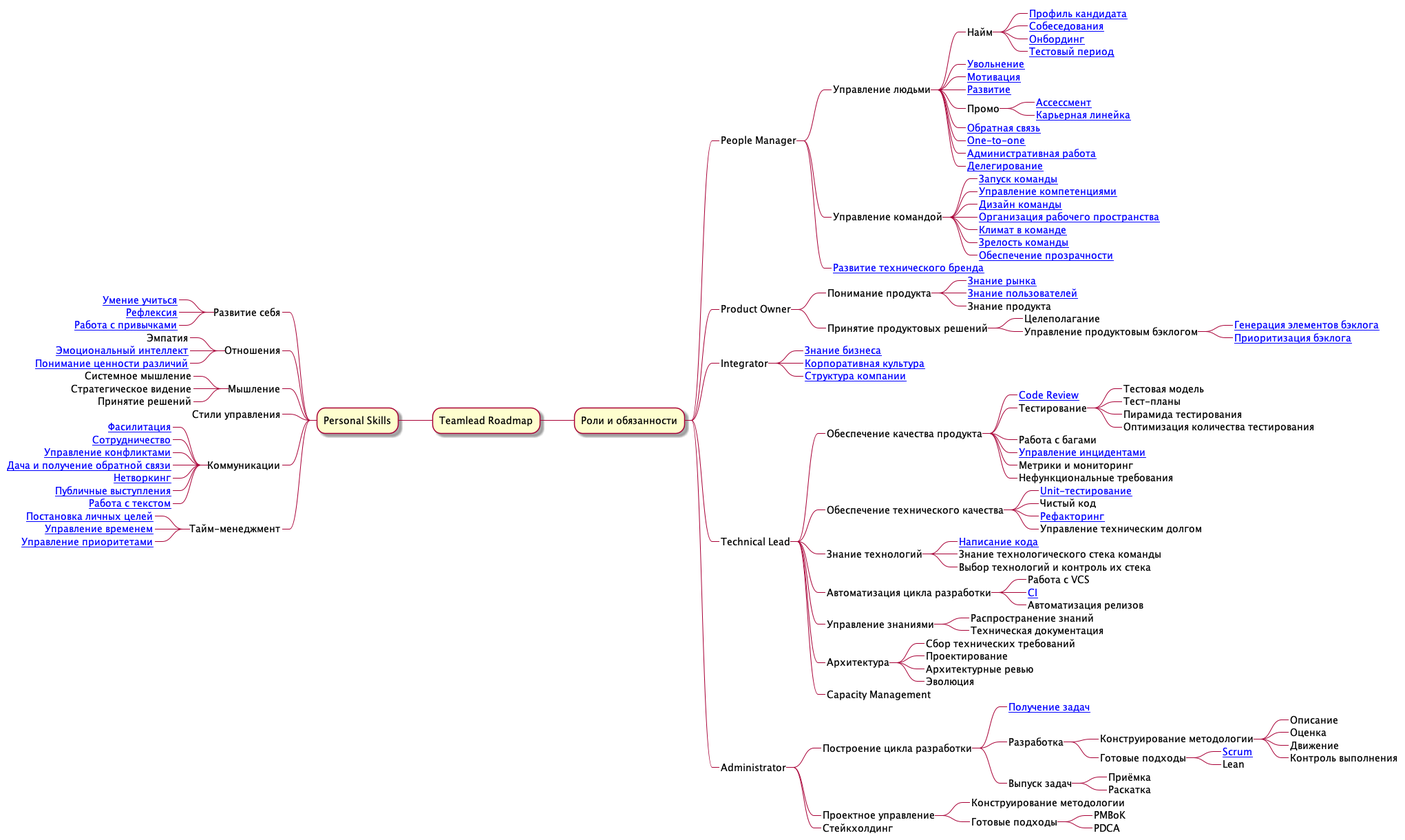
Earlier version of the PlantUML export roadmap.png (tlbootcamp/tlroadmap).
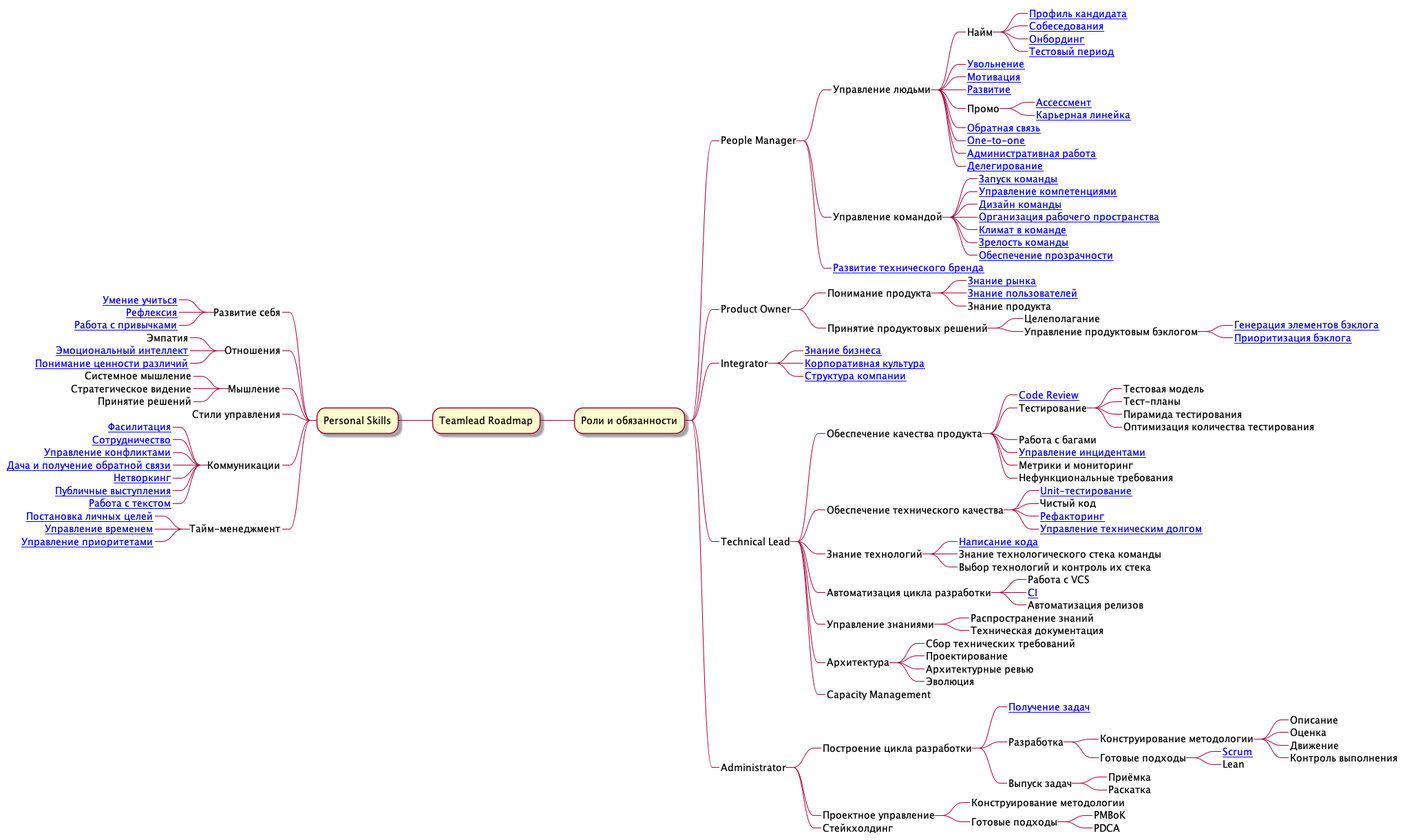
After the change.

What changed in the source:
```diff
@@ -57,7 +57,7 @@
 *****_ [[https://github.com/tlbootcamp/tlroadmap/blob/master/skills/technical-lead/unit-testing.md Unit-тестирование]]
 *****_ Чистый код
 *****_ [[https://github.com/tlbootcamp/tlroadmap/blob/master/skills/technical-lead/refactoring.md Рефакторинг]]
-*****_ Управление техническим долгом
+*****_ [[https://github.com/tlbootcamp/tlroadmap/blob/master/skills/technical-lead/technical-debt.md Управление техническим долгом]]
 ****_ Знание технологий
 *****_ [[https://github.com/tlbootcamp/tlroadmap/blob/master/skills/technical-lead/code.md Написание кода]]
 *****_ Знание технологического стека команды
```
